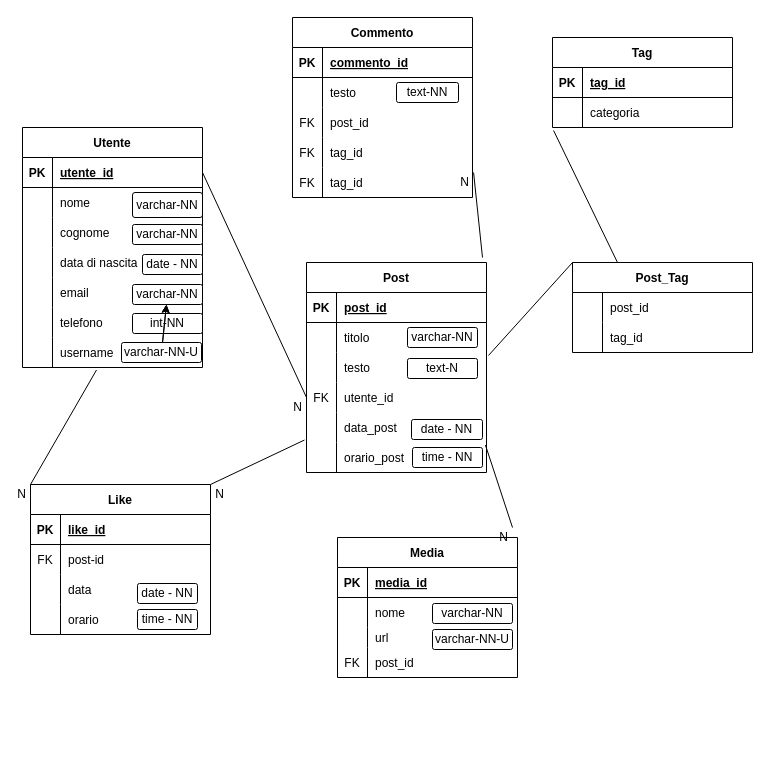
The draw.io diagram Milestone3.drawio in FrancescoDAmbrosio1/social-platform, before the edit. Source tidied: cells renumbered, new cells numbered last; positions are measured from the earlier drawing's top-left corner, leaving out a move shared by most shapes. Both pictures are drawn from the tidied source at 100%, with x=0, y=0 at pixel (22, 17).
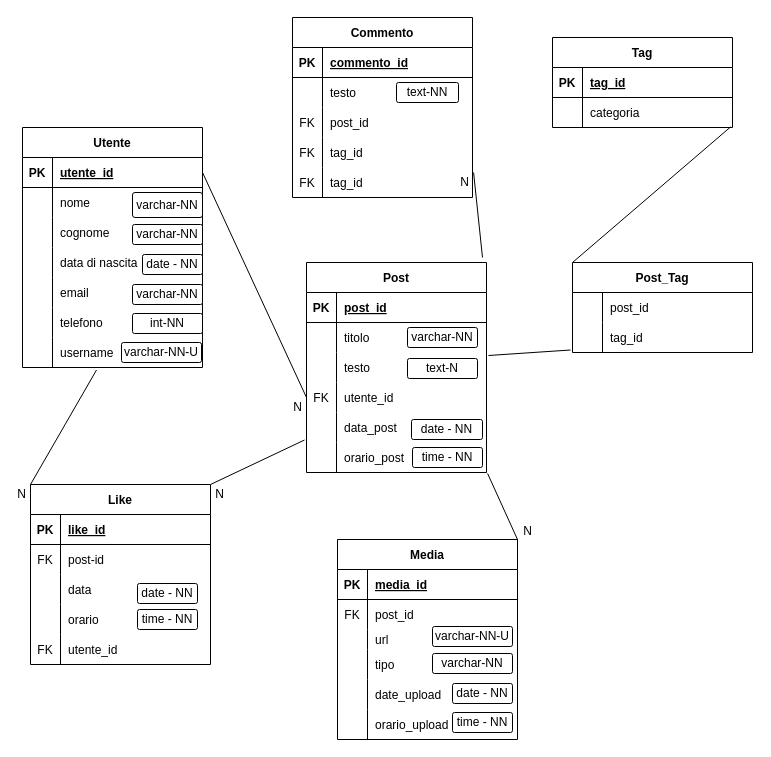
The same page after the edit.

The change refers to these unchanged cells:
```xml
<mxCell id="31" style="shape=tableRow;horizontal=0;startSize=0;swimlaneHead=0;swimlaneBody=0;fillColor=none;points=[[0,0.5],[1,0.5]];portConstraint=eastwest;top=0;left=0;right=0;bottom=0;" parent="24" vertex="1">
  <mxGeometry y="90" width="180" height="30" as="geometry" />
</mxCell>
<mxCell id="37" style="shape=tableRow;horizontal=0;startSize=0;swimlaneHead=0;swimlaneBody=0;fillColor=none;points=[[0,0.5],[1,0.5]];portConstraint=eastwest;top=0;left=0;right=0;bottom=0;" parent="24" vertex="1">
  <mxGeometry y="150" width="180" height="30" as="geometry" />
</mxCell>
<mxCell id="40" style="shape=tableRow;horizontal=0;startSize=0;swimlaneHead=0;swimlaneBody=0;fillColor=none;points=[[0,0.5],[1,0.5]];portConstraint=eastwest;top=0;left=0;right=0;bottom=0;" parent="24" vertex="1">
  <mxGeometry y="180" width="180" height="30" as="geometry" />
</mxCell>
<mxCell id="60" style="shape=tableRow;horizontal=0;startSize=0;swimlaneHead=0;swimlaneBody=0;fillColor=none;points=[[0,0.5],[1,0.5]];portConstraint=eastwest;top=0;left=0;right=0;bottom=0;" parent="56" vertex="1">
  <mxGeometry y="60" width="180" height="30" as="geometry" />
</mxCell>
<mxCell id="101" value="Post_Tag" style="shape=table;startSize=30;childLayout=tableLayout;rowLines=0;fontStyle=1;align=center;" parent="1" vertex="1">
  <mxGeometry x="550" y="245" width="180" height="90" as="geometry" />
</mxCell>
<mxCell id="105" style="shape=tableRow;horizontal=0;startSize=0;swimlaneHead=0;swimlaneBody=0;fillColor=none;points=[[0,0.5],[1,0.5]];portConstraint=eastwest;top=0;left=0;right=0;bottom=0;" parent="101" vertex="1">
  <mxGeometry y="60" width="180" height="30" as="geometry" />
</mxCell>
<mxCell id="121" value="varchar-NN" style="rounded=1;arcSize=10;whiteSpace=wrap;html=1;align=center;" parent="1" vertex="1">
  <mxGeometry x="110" y="267" width="70" height="20" as="geometry" />
</mxCell>
<mxCell id="125" value="varchar-NN-U" style="rounded=1;arcSize=10;whiteSpace=wrap;html=1;align=center;" parent="1" vertex="1">
  <mxGeometry x="99" y="325" width="80" height="20" as="geometry" />
</mxCell>
```

The edit, as a diff of the source:
```diff
@@
     <mxCell id="43" value="Media" style="shape=table;startSize=30;childLayout=tableLayout;rowLines=0;fontStyle=1;align=center;" parent="1" vertex="1">
-      <mxGeometry x="315" y="520" width="180" height="140" as="geometry" />
+      <mxGeometry x="315" y="522" width="180" height="200" as="geometry" />
     </mxCell>
@@
-    <mxCell id="47" style="shape=tableRow;horizontal=0;startSize=0;swimlaneHead=0;swimlaneBody=0;fillColor=none;top=0;left=0;right=0;bottom=0;" parent="43" vertex="1">
-      <mxGeometry y="60" width="180" height="30" as="geometry" />
-    </mxCell>
-    <mxCell id="48" style="shape=partialRectangle;fillColor=none;top=0;left=0;bottom=0;right=0;overflow=hidden;" parent="47" vertex="1">
-      <mxGeometry width="30" height="30" as="geometry" />
-    </mxCell>
-    <mxCell id="49" value="nome" style="shape=partialRectangle;fillColor=none;top=0;left=0;bottom=0;right=0;align=left;spacingLeft=6;overflow=hidden;" parent="47" vertex="1">
-      <mxGeometry x="30" width="150" height="30" as="geometry" />
-    </mxCell>
+    <mxCell id="53" style="shape=tableRow;horizontal=0;startSize=0;swimlaneHead=0;swimlaneBody=0;fillColor=none;top=0;left=0;right=0;bottom=0;" parent="43" vertex="1">
+      <mxGeometry y="60" width="180" height="30" as="geometry" />
+    </mxCell>
+    <mxCell id="54" value="FK" style="shape=partialRectangle;fillColor=none;top=0;left=0;bottom=0;right=0;fontStyle=0;overflow=hidden;" parent="53" vertex="1">
+      <mxGeometry width="30" height="30" as="geometry" />
+    </mxCell>
+    <mxCell id="55" value="post_id" style="shape=partialRectangle;fillColor=none;top=0;left=0;bottom=0;right=0;align=left;spacingLeft=6;fontStyle=0;overflow=hidden;" parent="53" vertex="1">
+      <mxGeometry x="30" width="150" height="30" as="geometry" />
+    </mxCell>
@@
-    <mxCell id="53" style="shape=tableRow;horizontal=0;startSize=0;swimlaneHead=0;swimlaneBody=0;fillColor=none;top=0;left=0;right=0;bottom=0;" parent="43" vertex="1">
-      <mxGeometry y="110" width="180" height="30" as="geometry" />
-    </mxCell>
-    <mxCell id="54" value="FK" style="shape=partialRectangle;fillColor=none;top=0;left=0;bottom=0;right=0;fontStyle=0;overflow=hidden;" parent="53" vertex="1">
-      <mxGeometry width="30" height="30" as="geometry" />
-    </mxCell>
-    <mxCell id="55" value="post_id" style="shape=partialRectangle;fillColor=none;top=0;left=0;bottom=0;right=0;align=left;spacingLeft=6;fontStyle=0;overflow=hidden;" parent="53" vertex="1">
-      <mxGeometry x="30" width="150" height="30" as="geometry" />
-    </mxCell>
+    <mxCell id="137" style="shape=tableRow;horizontal=0;startSize=0;swimlaneHead=0;swimlaneBody=0;fillColor=none;top=0;left=0;right=0;bottom=0;" parent="43" vertex="1">
+      <mxGeometry y="110" width="180" height="30" as="geometry" />
+    </mxCell>
+    <mxCell id="138" style="shape=partialRectangle;fillColor=none;top=0;left=0;bottom=0;right=0;fontStyle=0;overflow=hidden;" parent="137" vertex="1">
+      <mxGeometry width="30" height="30" as="geometry" />
+    </mxCell>
+    <mxCell id="139" value="tipo" style="shape=partialRectangle;fillColor=none;top=0;left=0;bottom=0;right=0;align=left;spacingLeft=6;fontStyle=0;overflow=hidden;" parent="137" vertex="1">
+      <mxGeometry x="30" width="150" height="30" as="geometry" />
+    </mxCell>
+    <mxCell id="140" style="shape=tableRow;horizontal=0;startSize=0;swimlaneHead=0;swimlaneBody=0;fillColor=none;top=0;left=0;right=0;bottom=0;" parent="43" vertex="1">
+      <mxGeometry y="140" width="180" height="30" as="geometry" />
+    </mxCell>
+    <mxCell id="141" style="shape=partialRectangle;fillColor=none;top=0;left=0;bottom=0;right=0;overflow=hidden;" parent="140" vertex="1">
+      <mxGeometry width="30" height="30" as="geometry" />
+    </mxCell>
+    <mxCell id="142" value="date_upload" style="shape=partialRectangle;fillColor=none;top=0;left=0;bottom=0;right=0;align=left;spacingLeft=6;overflow=hidden;" parent="140" vertex="1">
+      <mxGeometry x="30" width="150" height="30" as="geometry" />
+    </mxCell>
+    <mxCell id="143" style="shape=tableRow;horizontal=0;startSize=0;swimlaneHead=0;swimlaneBody=0;fillColor=none;top=0;left=0;right=0;bottom=0;" parent="43" vertex="1">
+      <mxGeometry y="170" width="180" height="30" as="geometry" />
+    </mxCell>
+    <mxCell id="144" style="shape=partialRectangle;fillColor=none;top=0;left=0;bottom=0;right=0;overflow=hidden;" parent="143" vertex="1">
+      <mxGeometry width="30" height="30" as="geometry" />
+    </mxCell>
+    <mxCell id="145" value="orario_upload" style="shape=partialRectangle;fillColor=none;top=0;left=0;bottom=0;right=0;align=left;spacingLeft=6;overflow=hidden;" parent="143" vertex="1">
+      <mxGeometry x="30" width="150" height="30" as="geometry" />
+    </mxCell>
@@
     <mxCell id="63" value="Like" style="shape=table;startSize=30;childLayout=tableLayout;rowLines=0;fontStyle=1;align=center;" parent="1" vertex="1">
-      <mxGeometry x="8" y="467" width="180" height="150" as="geometry" />
+      <mxGeometry x="8" y="467" width="180" height="180" as="geometry" />
     </mxCell>
@@
+    <mxCell id="146" style="shape=tableRow;horizontal=0;startSize=0;swimlaneHead=0;swimlaneBody=0;fillColor=none;top=0;left=0;right=0;bottom=0;" parent="63" vertex="1">
+      <mxGeometry y="150" width="180" height="30" as="geometry" />
+    </mxCell>
+    <mxCell id="147" style="shape=partialRectangle;fillColor=none;top=0;left=0;bottom=0;right=0;overflow=hidden;" parent="146" vertex="1">
+      <mxGeometry width="30" height="30" as="geometry" />
+    </mxCell>
+    <mxCell id="148" value="utente_id" style="shape=partialRectangle;fillColor=none;top=0;left=0;bottom=0;right=0;align=left;spacingLeft=6;overflow=hidden;" parent="146" vertex="1">
+      <mxGeometry x="30" width="150" height="30" as="geometry" />
+    </mxCell>
@@
-    <mxCell id="95" style="endArrow=none;html=1;rounded=0;exitX=0.994;exitY=1.083;exitDx=0;exitDy=0;exitPerimeter=0;" parent="1" edge="1" source="37">
-      <mxGeometry relative="1" as="geometry">
-        <mxPoint x="490" y="510" as="targetPoint" />
-      </mxGeometry>
+    <mxCell id="95" style="endArrow=none;html=1;rounded=0;exitX=1.006;exitY=1.033;exitDx=0;exitDy=0;exitPerimeter=0;entryX=1;entryY=0;entryDx=0;entryDy=0;" parent="1" edge="1" source="40" target="43">
+      <mxGeometry relative="1" as="geometry" />
     </mxCell>
@@
     <mxCell id="97" value="N" style="html=1;align=right;verticalAlign=bottom;" parent="95" vertex="1">
       <mxGeometry x="1" relative="1" as="geometry">
-        <mxPoint x="-4" y="18" as="offset" />
+        <mxPoint x="15" as="offset" />
       </mxGeometry>
     </mxCell>
@@
-    <mxCell id="108" style="endArrow=none;html=1;rounded=0;exitX=1.011;exitY=0.1;exitDx=0;exitDy=0;entryX=0;entryY=0;entryDx=0;entryDy=0;exitPerimeter=0;" parent="1" edge="1" source="31" target="101">
+    <mxCell id="108" style="endArrow=none;html=1;rounded=0;exitX=1.011;exitY=0.1;exitDx=0;exitDy=0;entryX=-0.011;entryY=0.917;entryDx=0;entryDy=0;exitPerimeter=0;entryPerimeter=0;" parent="1" edge="1" source="31" target="105">
       <mxGeometry relative="1" as="geometry" />
     </mxCell>
-    <mxCell id="109" style="endArrow=none;html=1;rounded=0;exitX=0.25;exitY=0;exitDx=0;exitDy=0;entryX=0.006;entryY=1.1;entryDx=0;entryDy=0;entryPerimeter=0;" parent="1" edge="1" source="101" target="60">
+    <mxCell id="109" style="endArrow=none;html=1;rounded=0;exitX=0;exitY=0;exitDx=0;exitDy=0;entryX=0.989;entryY=0.983;entryDx=0;entryDy=0;entryPerimeter=0;" parent="1" edge="1" source="101" target="60">
       <mxGeometry relative="1" as="geometry" />
     </mxCell>
@@
-    <mxCell id="123" style="edgeStyle=none;html=1;" parent="1" edge="1" source="125" target="121">
-      <mxGeometry relative="1" as="geometry" />
-    </mxCell>
-    <mxCell id="124" style="edgeStyle=none;html=1;" parent="1" edge="1" source="125" target="121">
-      <mxGeometry relative="1" as="geometry" />
-    </mxCell>
@@
     <mxCell id="128" value="varchar-NN-U" style="rounded=1;arcSize=10;whiteSpace=wrap;html=1;align=center;" parent="1" vertex="1">
-      <mxGeometry x="410" y="612" width="80" height="20" as="geometry" />
+      <mxGeometry x="410" y="609" width="80" height="20" as="geometry" />
     </mxCell>
-    <mxCell id="129" value="varchar-NN" style="rounded=1;arcSize=10;whiteSpace=wrap;html=1;align=center;" parent="1" vertex="1">
-      <mxGeometry x="410" y="586" width="80" height="20" as="geometry" />
-    </mxCell>
@@
+    <mxCell id="149" value="FK" style="shape=partialRectangle;fillColor=none;top=0;left=0;bottom=0;right=0;fontStyle=0;overflow=hidden;" parent="1" vertex="1">
+      <mxGeometry x="8" y="617" width="30" height="30" as="geometry" />
+    </mxCell>
+    <mxCell id="129" value="varchar-NN" style="rounded=1;arcSize=10;whiteSpace=wrap;html=1;align=center;" parent="1" vertex="1">
+      <mxGeometry x="410" y="636" width="80" height="20" as="geometry" />
+    </mxCell>
+    <mxCell id="150" value="date - NN" style="rounded=1;arcSize=10;whiteSpace=wrap;html=1;align=center;" parent="1" vertex="1">
+      <mxGeometry x="430" y="666" width="60" height="20" as="geometry" />
+    </mxCell>
+    <mxCell id="151" value="time - NN" style="rounded=1;arcSize=10;whiteSpace=wrap;html=1;align=center;" parent="1" vertex="1">
+      <mxGeometry x="430" y="695" width="60" height="20" as="geometry" />
+    </mxCell>
```
